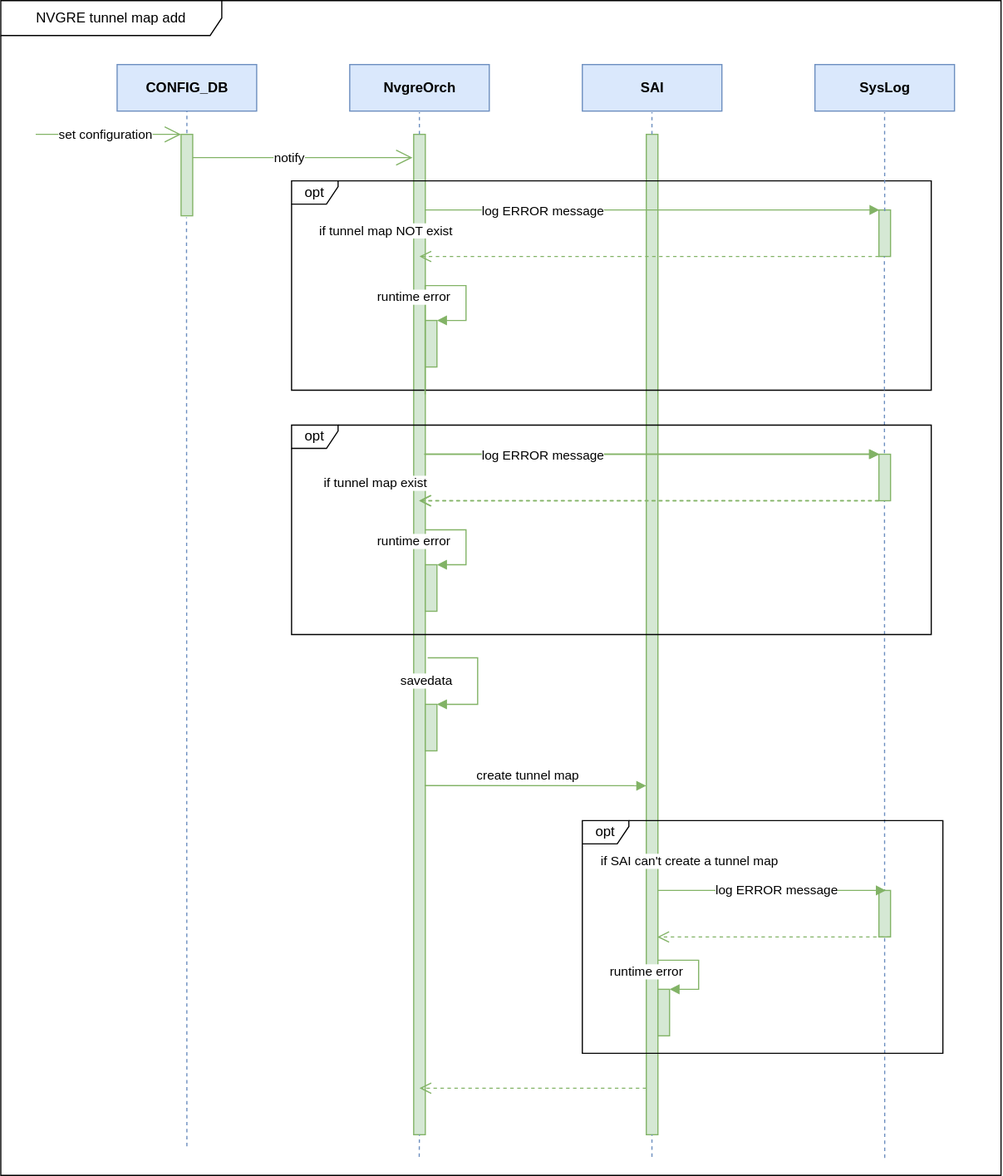
This is doc/nvgre_tunnel/images/nvgre_tunnel_map_create_uml.svg from sonic-net/SONiC, a draw.io export, as it was before one commit. Source tidied: cells renumbered, new cells last; positions are measured from the earlier drawing's top-left corner, leaving out a move shared by most shapes.
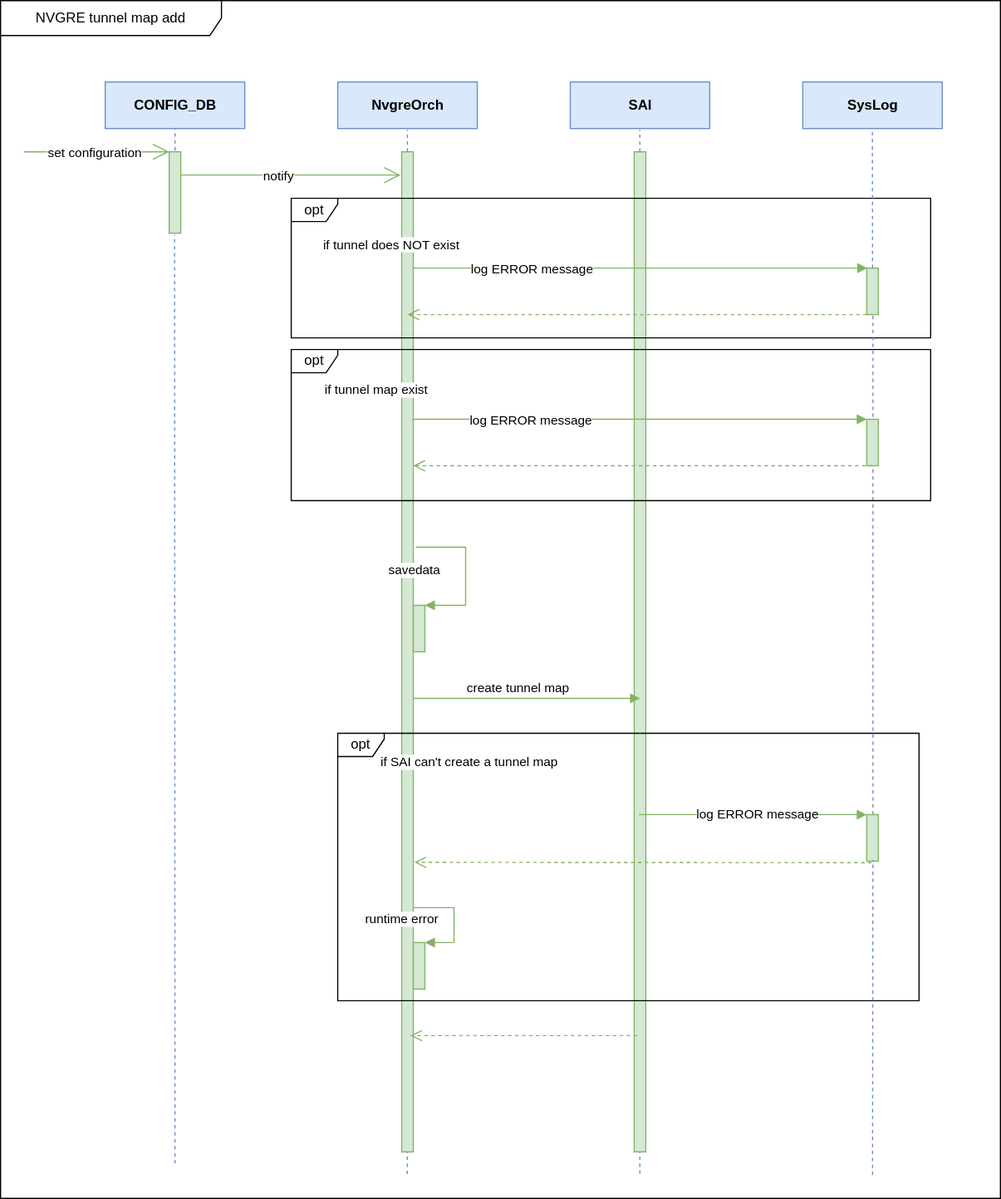
After the change.

Change to the diagram source:
```diff
@@ -43,32 +43,32 @@
       <mxGeometry x="555" y="115" width="10" height="860" as="geometry" />
     </mxCell>
     <mxCell id="12" value="opt" style="shape=umlFrame;whiteSpace=wrap;html=1;width=40;height=20;fillColor=#FFFFFF;" parent="1" vertex="1">
-      <mxGeometry x="250" y="155" width="550" height="180" as="geometry" />
+      <mxGeometry x="260" y="155" width="550" height="120" as="geometry" />
     </mxCell>
-    <mxCell id="13" value="if tunnel map NOT exist" style="edgeLabel;html=1;align=center;verticalAlign=middle;" parent="1" vertex="1">
-      <mxGeometry x="330" y="200" as="geometry">
-        <mxPoint x="1" y="-2" as="offset" />
+    <mxCell id="13" value="if tunnel does NOT exist" style="edgeLabel;html=1;align=center;verticalAlign=middle;" parent="1" vertex="1">
+      <mxGeometry x="340" y="195" as="geometry">
+        <mxPoint x="5" as="offset" />
       </mxGeometry>
     </mxCell>
     <mxCell id="14" value="&lt;b&gt;SysLog&lt;/b&gt;" style="html=1;fillColor=#dae8fc;strokeColor=#6c8ebf;" parent="1" vertex="1">
       <mxGeometry x="700" y="55" width="120" height="40" as="geometry" />
     </mxCell>
     <mxCell id="15" style="html=1;points=[];perimeter=orthogonalPerimeter;fillColor=#d5e8d4;strokeColor=#82b366;" parent="1" vertex="1">
-      <mxGeometry x="755" y="180" width="10" height="40" as="geometry" />
+      <mxGeometry x="755" y="215" width="10" height="40" as="geometry" />
     </mxCell>
     <mxCell id="16" value="log ERROR message" style="edgeStyle=orthogonalEdgeStyle;html=1;align=left;spacingLeft=2;endArrow=block;rounded=0;shadow=0;fillColor=#d5e8d4;strokeColor=#82b366;" parent="1" edge="1">
       <mxGeometry x="-0.77" y="-1" relative="1" as="geometry">
-        <mxPoint x="364.5" y="180" as="sourcePoint" />
-        <mxPoint x="755.5" y="180" as="targetPoint" />
+        <mxPoint x="364.5" y="215" as="sourcePoint" />
+        <mxPoint x="755.5" y="215" as="targetPoint" />
         <Array as="points">
-          <mxPoint x="364.5" y="180" />
+          <mxPoint x="364.5" y="215" />
         </Array>
       </mxGeometry>
     </mxCell>
     <mxCell id="17" style="html=1;verticalAlign=bottom;endArrow=open;dashed=1;endSize=8;shadow=0;fillColor=#d5e8d4;strokeColor=#82b366;" parent="1" edge="1">
       <mxGeometry relative="1" as="geometry">
-        <mxPoint x="755" y="220" as="sourcePoint" />
-        <mxPoint x="360" y="220" as="targetPoint" />
+        <mxPoint x="755" y="255" as="sourcePoint" />
+        <mxPoint x="360" y="255" as="targetPoint" />
       </mxGeometry>
     </mxCell>
     <mxCell id="18" style="endArrow=none;dashed=1;html=1;shadow=0;fillColor=#dae8fc;strokeColor=#6c8ebf;" parent="1" edge="1">
@@ -91,15 +91,12 @@
     </mxCell>
     <mxCell id="21" style="endArrow=none;dashed=1;html=1;shadow=0;fillColor=#dae8fc;strokeColor=#6c8ebf;" parent="1" edge="1">
       <mxGeometry relative="1" as="geometry">
-        <mxPoint x="760" y="181" as="sourcePoint" />
+        <mxPoint x="760" y="215" as="sourcePoint" />
         <mxPoint x="759.9" y="96" as="targetPoint" />
       </mxGeometry>
     </mxCell>
-    <mxCell id="22" style="endArrow=none;dashed=1;html=1;shadow=0;fillColor=#dae8fc;strokeColor=#6c8ebf;" parent="1" edge="1">
-      <mxGeometry relative="1" as="geometry">
-        <mxPoint x="760" y="995" as="sourcePoint" />
-        <mxPoint x="759.7" y="220" as="targetPoint" />
-      </mxGeometry>
+    <mxCell id="22" style="endArrow=none;dashed=1;html=1;shadow=0;fillColor=#dae8fc;strokeColor=#6c8ebf;entryX=0.535;entryY=0.981;entryDx=0;entryDy=0;entryPerimeter=0;startArrow=none;" parent="1" edge="1" source="43" target="15">
+      <mxGeometry relative="1" as="geometry" />
     </mxCell>
     <mxCell id="23" style="endArrow=none;dashed=1;html=1;shadow=0;fillColor=#dae8fc;strokeColor=#6c8ebf;entryX=0.467;entryY=1.018;entryDx=0;entryDy=0;entryPerimeter=0;" parent="1" edge="1" target="5">
       <mxGeometry relative="1" as="geometry">
@@ -122,137 +119,102 @@
       </mxGeometry>
     </mxCell>
     <mxCell id="26" value="NVGRE tunnel map add" style="shape=umlFrame;whiteSpace=wrap;html=1;fillColor=#FFFFFF;width=190;height=30;" parent="1" vertex="1">
-      <mxGeometry width="860" height="1010" as="geometry" />
+      <mxGeometry x="10" y="-15" width="860" height="1030" as="geometry" />
     </mxCell>
-    <mxCell id="27" style="html=1;points=[];perimeter=orthogonalPerimeter;fillColor=#d5e8d4;strokeColor=#82b366;" parent="1" vertex="1">
-      <mxGeometry x="365" y="275" width="10" height="40" as="geometry" />
-    </mxCell>
-    <mxCell id="28" value="runtime error" style="edgeStyle=orthogonalEdgeStyle;html=1;align=left;spacingLeft=2;endArrow=block;rounded=0;entryX=1;entryY=0;exitX=0.981;exitY=0.26;exitDx=0;exitDy=0;exitPerimeter=0;fillColor=#d5e8d4;strokeColor=#82b366;" parent="1" edge="1" source="8" target="27">
-      <mxGeometry x="-0.09" y="45" relative="1" as="geometry">
-        <Array as="points">
-          <mxPoint x="400" y="245" />
-          <mxPoint x="400" y="275" />
-        </Array>
-      </mxGeometry>
-    </mxCell>
     <mxCell id="29" value="opt" style="shape=umlFrame;whiteSpace=wrap;html=1;width=40;height=20;fillColor=#FFFFFF;" parent="1" vertex="1">
-      <mxGeometry x="250" y="365" width="550" height="180" as="geometry" />
+      <mxGeometry x="260" y="285" width="550" height="130" as="geometry" />
     </mxCell>
     <mxCell id="30" style="html=1;perimeter=orthogonalPerimeter;fillColor=#d5e8d4;strokeColor=#82b366;" parent="1" vertex="1">
-      <mxGeometry x="755" y="390" width="10" height="40" as="geometry" />
+      <mxGeometry x="755" y="345" width="10" height="40" as="geometry" />
     </mxCell>
-    <mxCell id="31" value="log ERROR message" style="edgeStyle=orthogonalEdgeStyle;html=1;align=left;spacingLeft=2;endArrow=block;rounded=0;shadow=0;fillColor=#d5e8d4;strokeColor=#82b366;" parent="1" edge="1">
-      <mxGeometry x="-0.77" y="-1" relative="1" as="geometry">
-        <mxPoint x="364.5" y="390" as="sourcePoint" />
-        <mxPoint x="755.5" y="390" as="targetPoint" />
-        <Array as="points">
-          <mxPoint x="364.5" y="390" />
-        </Array>
-      </mxGeometry>
-    </mxCell>
-    <mxCell id="32" style="html=1;verticalAlign=bottom;endArrow=open;dashed=1;endSize=8;shadow=0;fillColor=#d5e8d4;strokeColor=#82b366;" parent="1" edge="1">
-      <mxGeometry relative="1" as="geometry">
-        <mxPoint x="755" y="430" as="sourcePoint" />
-        <mxPoint x="360" y="430" as="targetPoint" />
-      </mxGeometry>
-    </mxCell>
-    <mxCell id="33" style="html=1;points=[];perimeter=orthogonalPerimeter;fillColor=#d5e8d4;strokeColor=#82b366;" parent="1" vertex="1">
-      <mxGeometry x="365" y="485" width="10" height="40" as="geometry" />
-    </mxCell>
-    <mxCell id="34" value="runtime error" style="edgeStyle=orthogonalEdgeStyle;html=1;align=left;spacingLeft=2;endArrow=block;rounded=0;entryX=1;entryY=0;exitX=0.981;exitY=0.26;exitDx=0;exitDy=0;exitPerimeter=0;fillColor=#d5e8d4;strokeColor=#82b366;" parent="1" edge="1" target="33">
-      <mxGeometry x="-1" y="-46" relative="1" as="geometry">
-        <mxPoint x="364.8" y="455" as="sourcePoint" />
-        <Array as="points">
-          <mxPoint x="400" y="455" />
-          <mxPoint x="400" y="485" />
-        </Array>
-        <mxPoint x="-45" y="-36" as="offset" />
-      </mxGeometry>
-    </mxCell>
     <mxCell id="35" value="if tunnel map exist" style="edgeLabel;html=1;align=center;verticalAlign=middle;" parent="1" vertex="1">
-      <mxGeometry x="370" y="200" as="geometry">
+      <mxGeometry x="380" y="105" as="geometry">
         <mxPoint x="-48" y="215" as="offset" />
       </mxGeometry>
     </mxCell>
     <mxCell id="36" style="html=1;points=[];perimeter=orthogonalPerimeter;fillColor=#d5e8d4;strokeColor=#82b366;" parent="1" vertex="1">
-      <mxGeometry x="365" y="605" width="10" height="40" as="geometry" />
+      <mxGeometry x="365" y="505" width="10" height="40" as="geometry" />
     </mxCell>
     <mxCell id="37" value="savedata" style="edgeStyle=orthogonalEdgeStyle;html=1;align=left;spacingLeft=2;endArrow=block;rounded=0;entryX=1;entryY=0;fillColor=#d5e8d4;strokeColor=#82b366;" parent="1" edge="1" target="36">
       <mxGeometry x="-1" y="-34" relative="1" as="geometry">
-        <mxPoint x="367" y="565" as="sourcePoint" />
+        <mxPoint x="367" y="455" as="sourcePoint" />
         <Array as="points">
-          <mxPoint x="367" y="565" />
-          <mxPoint x="410" y="565" />
-          <mxPoint x="410" y="605" />
+          <mxPoint x="410" y="455" />
+          <mxPoint x="410" y="505" />
+          <mxPoint x="375" y="505" />
         </Array>
         <mxPoint x="-27" y="-14" as="offset" />
       </mxGeometry>
     </mxCell>
-    <mxCell id="38" value="create tunnel map" style="html=1;verticalAlign=bottom;endArrow=block;fillColor=#d5e8d4;strokeColor=#82b366;exitX=0.939;exitY=0.651;exitDx=0;exitDy=0;exitPerimeter=0;" parent="1" edge="1" source="8">
+    <mxCell id="38" value="create tunnel map" style="html=1;verticalAlign=bottom;endArrow=block;fillColor=#d5e8d4;strokeColor=#82b366;" parent="1" edge="1">
       <mxGeometry x="-0.08" relative="1" as="geometry">
-        <mxPoint x="555" y="675" as="targetPoint" />
+        <mxPoint x="365" y="585" as="sourcePoint" />
+        <mxPoint x="560" y="585" as="targetPoint" />
       </mxGeometry>
     </mxCell>
     <mxCell id="39" style="html=1;verticalAlign=bottom;endArrow=open;dashed=1;endSize=8;fillColor=#d5e8d4;strokeColor=#82b366;" parent="1" edge="1">
       <mxGeometry relative="1" as="geometry">
-        <mxPoint x="555" y="935" as="sourcePoint" />
-        <mxPoint x="360" y="935" as="targetPoint" />
+        <mxPoint x="557.5" y="875" as="sourcePoint" />
+        <mxPoint x="362.5" y="875" as="targetPoint" />
       </mxGeometry>
     </mxCell>
     <mxCell id="40" value="log ERROR message" style="edgeStyle=orthogonalEdgeStyle;html=1;align=left;spacingLeft=2;endArrow=block;rounded=0;shadow=0;fillColor=#d5e8d4;strokeColor=#82b366;" parent="1" edge="1">
       <mxGeometry x="-0.77" y="-1" relative="1" as="geometry">
-        <mxPoint x="364" y="390" as="sourcePoint" />
-        <mxPoint x="755" y="390" as="targetPoint" />
+        <mxPoint x="364" y="345" as="sourcePoint" />
+        <mxPoint x="755" y="345" as="targetPoint" />
         <Array as="points">
-          <mxPoint x="364" y="390" />
+          <mxPoint x="364" y="345" />
         </Array>
       </mxGeometry>
     </mxCell>
     <mxCell id="41" style="html=1;verticalAlign=bottom;endArrow=open;dashed=1;endSize=8;shadow=0;fillColor=#d5e8d4;strokeColor=#82b366;" parent="1" edge="1">
       <mxGeometry relative="1" as="geometry">
-        <mxPoint x="754.5" y="430" as="sourcePoint" />
-        <mxPoint x="359.5" y="430" as="targetPoint" />
+        <mxPoint x="760" y="385" as="sourcePoint" />
+        <mxPoint x="365" y="385" as="targetPoint" />
       </mxGeometry>
     </mxCell>
     <mxCell id="42" value="opt" style="shape=umlFrame;whiteSpace=wrap;html=1;width=40;height=20;fillColor=#FFFFFF;" parent="1" vertex="1">
-      <mxGeometry x="500" y="705" width="310" height="200" as="geometry" />
+      <mxGeometry x="300" y="615" width="500" height="230" as="geometry" />
     </mxCell>
-    <mxCell id="43" style="html=1;points=[];perimeter=orthogonalPerimeter;fillColor=#d5e8d4;strokeColor=#82b366;" parent="1" vertex="1">
-      <mxGeometry x="755" y="765" width="10" height="40" as="geometry" />
-    </mxCell>
     <mxCell id="44" style="html=1;points=[];perimeter=orthogonalPerimeter;fillColor=#d5e8d4;strokeColor=#82b366;" parent="1" vertex="1">
-      <mxGeometry x="565" y="850" width="10" height="40" as="geometry" />
+      <mxGeometry x="365" y="795" width="10" height="40" as="geometry" />
     </mxCell>
-    <mxCell id="45" value="runtime error" style="edgeStyle=orthogonalEdgeStyle;html=1;align=left;spacingLeft=2;endArrow=block;rounded=0;entryX=1;entryY=0;fillColor=#d5e8d4;strokeColor=#82b366;" parent="1" edge="1" target="44">
+    <mxCell id="45" value="runtime error" style="edgeStyle=orthogonalEdgeStyle;html=1;align=left;spacingLeft=2;endArrow=block;rounded=0;entryX=1;entryY=0;fillColor=#d5e8d4;strokeColor=#82b366;" parent="1" edge="1" source="8" target="44">
       <mxGeometry x="-1" y="-46" relative="1" as="geometry">
-        <mxPoint x="565" y="825" as="sourcePoint" />
         <Array as="points">
-          <mxPoint x="565" y="825" />
-          <mxPoint x="600" y="825" />
-          <mxPoint x="600" y="850" />
+          <mxPoint x="400" y="765" />
+          <mxPoint x="400" y="795" />
+          <mxPoint x="375" y="795" />
         </Array>
         <mxPoint x="-45" y="-36" as="offset" />
       </mxGeometry>
     </mxCell>
     <mxCell id="46" value="log ERROR message" style="edgeStyle=orthogonalEdgeStyle;html=1;align=left;spacingLeft=2;endArrow=block;rounded=0;shadow=0;fillColor=#d5e8d4;strokeColor=#82b366;" parent="1" edge="1">
       <mxGeometry x="-0.53" relative="1" as="geometry">
-        <mxPoint x="565" y="765" as="sourcePoint" />
-        <mxPoint x="761" y="765" as="targetPoint" />
+        <mxPoint x="559" y="685" as="sourcePoint" />
+        <mxPoint x="755" y="685" as="targetPoint" />
         <Array as="points">
-          <mxPoint x="565" y="765" />
+          <mxPoint x="559" y="685" />
         </Array>
       </mxGeometry>
     </mxCell>
-    <mxCell id="47" style="html=1;verticalAlign=bottom;endArrow=open;dashed=1;endSize=8;shadow=0;fillColor=#d5e8d4;strokeColor=#82b366;" parent="1" edge="1">
+    <mxCell id="47" style="html=1;verticalAlign=bottom;endArrow=open;dashed=1;endSize=8;shadow=0;fillColor=#d5e8d4;strokeColor=#82b366;exitX=0.419;exitY=1.033;exitDx=0;exitDy=0;exitPerimeter=0;" parent="1" edge="1" source="43">
       <mxGeometry relative="1" as="geometry">
-        <mxPoint x="765" y="805" as="sourcePoint" />
-        <mxPoint x="564.5" y="805" as="targetPoint" />
+        <mxPoint x="366" y="726" as="targetPoint" />
       </mxGeometry>
     </mxCell>
     <mxCell id="48" value="if SAI can't create a tunnel map" style="edgeLabel;html=1;align=center;verticalAlign=middle;" parent="1" vertex="1">
-      <mxGeometry x="640" y="525" as="geometry">
+      <mxGeometry x="460" y="425" as="geometry">
         <mxPoint x="-48" y="215" as="offset" />
       </mxGeometry>
     </mxCell>
+    <mxCell id="43" style="html=1;points=[];perimeter=orthogonalPerimeter;fillColor=#d5e8d4;strokeColor=#82b366;" parent="1" vertex="1">
+      <mxGeometry x="755" y="685" width="10" height="40" as="geometry" />
+    </mxCell>
+    <mxCell id="49" style="endArrow=none;dashed=1;html=1;shadow=0;fillColor=#dae8fc;strokeColor=#6c8ebf;entryX=0.535;entryY=0.981;entryDx=0;entryDy=0;entryPerimeter=0;" parent="1" edge="1" target="43">
+      <mxGeometry relative="1" as="geometry">
+        <mxPoint x="760" y="995" as="sourcePoint" />
+      </mxGeometry>
+    </mxCell>
   </root>
 </mxGraphModel>
```
